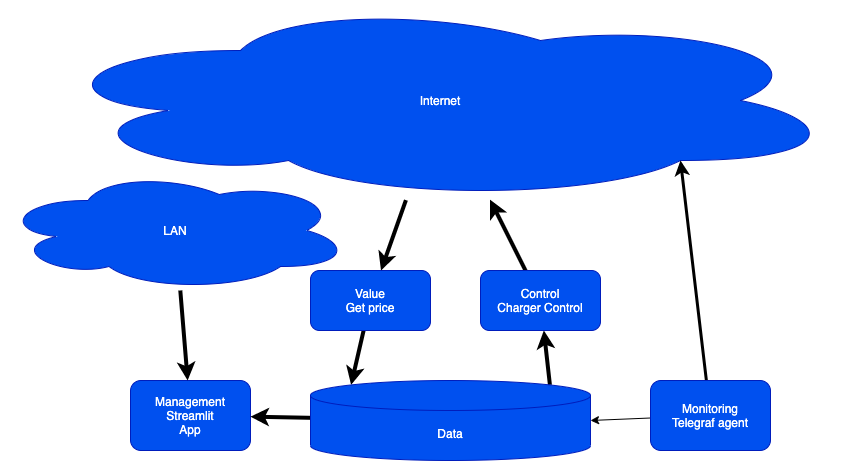
Above: design.png in rhjensen79/perfect-charge (draw.io), before the change. Source tidied: cells renumbered, new cells last; positions are measured from the earlier drawing's top-left corner, leaving out a move shared by most shapes.
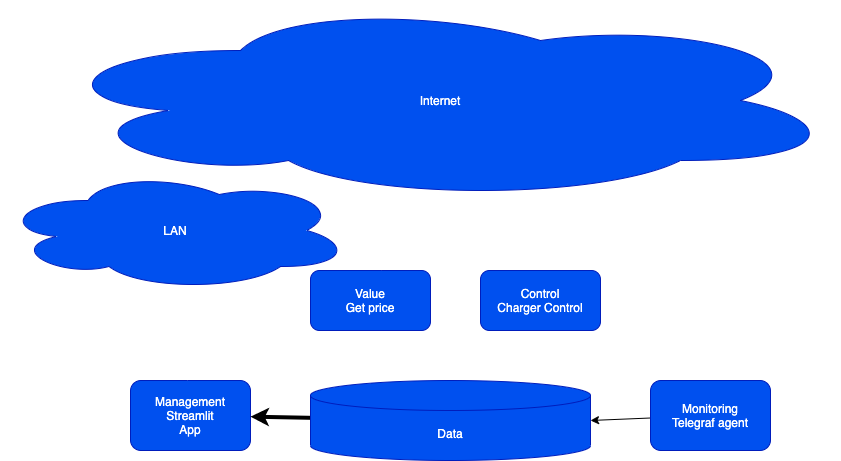
After the change.

Change to the diagram source:
```diff
@@ -5,13 +5,13 @@
     <mxCell id="2" value="Management&lt;br&gt;Streamlit&lt;br&gt;App" style="rounded=1;whiteSpace=wrap;html=1;fillColor=#0050ef;strokeColor=#001DBC;fontColor=#ffffff;" parent="1" vertex="1">
       <mxGeometry x="130" y="380" width="120" height="70" as="geometry" />
     </mxCell>
-    <mxCell id="3" style="edgeStyle=none;html=1;entryX=0.145;entryY=0;entryDx=0;entryDy=4.35;entryPerimeter=0;strokeWidth=4;" parent="1" edge="1" source="4" target="7">
+    <mxCell id="3" style="edgeStyle=none;html=1;entryX=0.145;entryY=0;entryDx=0;entryDy=4.35;entryPerimeter=0;strokeWidth=4;strokeColor=#FFFFFF;" parent="1" edge="1" source="4" target="7">
       <mxGeometry relative="1" as="geometry" />
     </mxCell>
     <mxCell id="4" value="Value&lt;br&gt;Get price" style="rounded=1;whiteSpace=wrap;html=1;fillColor=#0050ef;strokeColor=#001DBC;fontColor=#ffffff;" parent="1" vertex="1">
       <mxGeometry x="310" y="270" width="120" height="60" as="geometry" />
     </mxCell>
-    <mxCell id="5" style="edgeStyle=none;html=1;exitX=0.855;exitY=0;exitDx=0;exitDy=4.35;exitPerimeter=0;strokeWidth=4;" parent="1" edge="1" source="7" target="9">
+    <mxCell id="5" style="edgeStyle=none;html=1;exitX=0.855;exitY=0;exitDx=0;exitDy=4.35;exitPerimeter=0;strokeWidth=4;strokeColor=#FFFFFF;" parent="1" edge="1" source="7" target="9">
       <mxGeometry relative="1" as="geometry" />
     </mxCell>
     <mxCell id="6" style="edgeStyle=none;html=1;strokeWidth=4;" parent="1" edge="1" source="7" target="2">
@@ -20,19 +20,19 @@
     <mxCell id="7" value="Data" style="shape=cylinder3;whiteSpace=wrap;html=1;boundedLbl=1;backgroundOutline=1;size=15;fillColor=#0050ef;strokeColor=#001DBC;fontColor=#ffffff;" parent="1" vertex="1">
       <mxGeometry x="310" y="380" width="280" height="80" as="geometry" />
     </mxCell>
-    <mxCell id="8" style="edgeStyle=none;html=1;strokeWidth=4;" parent="1" edge="1" source="9" target="11">
+    <mxCell id="8" style="edgeStyle=none;html=1;strokeWidth=4;strokeColor=#FFFFFF;" parent="1" edge="1" source="9" target="11">
       <mxGeometry relative="1" as="geometry" />
     </mxCell>
     <mxCell id="9" value="Control&lt;br&gt;Charger Control" style="rounded=1;whiteSpace=wrap;html=1;fillColor=#0050ef;strokeColor=#001DBC;fontColor=#ffffff;" parent="1" vertex="1">
       <mxGeometry x="480" y="270" width="120" height="60" as="geometry" />
     </mxCell>
-    <mxCell id="10" style="edgeStyle=none;html=1;strokeWidth=4;" parent="1" edge="1" source="11" target="4">
+    <mxCell id="10" style="edgeStyle=none;html=1;strokeWidth=4;strokeColor=#FFFFFF;" parent="1" edge="1" source="11" target="4">
       <mxGeometry relative="1" as="geometry" />
     </mxCell>
     <mxCell id="11" value="Internet" style="ellipse;shape=cloud;whiteSpace=wrap;html=1;fillColor=#0050ef;strokeColor=#001DBC;fontColor=#ffffff;" parent="1" vertex="1">
       <mxGeometry x="40" width="800" height="200" as="geometry" />
     </mxCell>
-    <mxCell id="12" style="edgeStyle=none;html=1;strokeWidth=4;" parent="1" edge="1" source="13" target="2">
+    <mxCell id="12" style="edgeStyle=none;html=1;strokeWidth=4;strokeColor=#FFFFFF;" parent="1" edge="1" source="13" target="2">
       <mxGeometry relative="1" as="geometry" />
     </mxCell>
     <mxCell id="13" value="LAN" style="ellipse;shape=cloud;whiteSpace=wrap;html=1;fillColor=#0050ef;strokeColor=#001DBC;fontColor=#ffffff;" parent="1" vertex="1">
@@ -41,7 +41,7 @@
     <mxCell id="14" style="edgeStyle=none;html=1;entryX=1;entryY=0.5;entryDx=0;entryDy=0;entryPerimeter=0;" parent="1" edge="1" source="16" target="7">
       <mxGeometry relative="1" as="geometry" />
     </mxCell>
-    <mxCell id="15" style="edgeStyle=none;html=1;entryX=0.8;entryY=0.8;entryDx=0;entryDy=0;entryPerimeter=0;strokeWidth=3;" parent="1" edge="1" source="16" target="11">
+    <mxCell id="15" style="edgeStyle=none;html=1;entryX=0.8;entryY=0.8;entryDx=0;entryDy=0;entryPerimeter=0;strokeWidth=3;fillColor=#f5f5f5;strokeColor=#FFFFFF;" parent="1" edge="1" source="16" target="11">
       <mxGeometry relative="1" as="geometry" />
     </mxCell>
     <mxCell id="16" value="Monitoring&lt;br&gt;Telegraf agent" style="rounded=1;whiteSpace=wrap;html=1;fillColor=#0050ef;strokeColor=#001DBC;fontColor=#ffffff;" parent="1" vertex="1">
```
